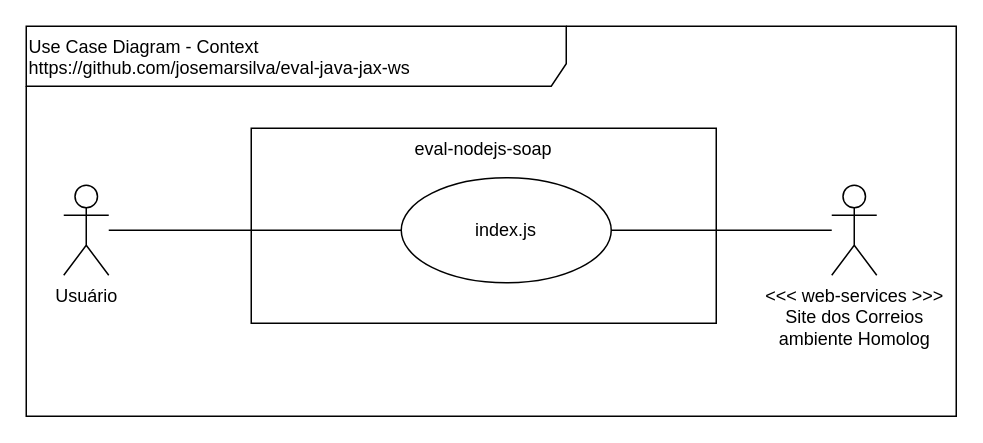
Above: doc/UseCaseDiagram-Context.drawio in josemarsilva/eval-java-jax-ws (draw.io), before the change. Source tidied: cells renumbered, new cells numbered last; positions are measured from the earlier drawing's top-left corner, leaving out a move shared by most shapes. Both pictures are drawn from the tidied source at 150%, with x=0, y=0 at pixel (26, 26).
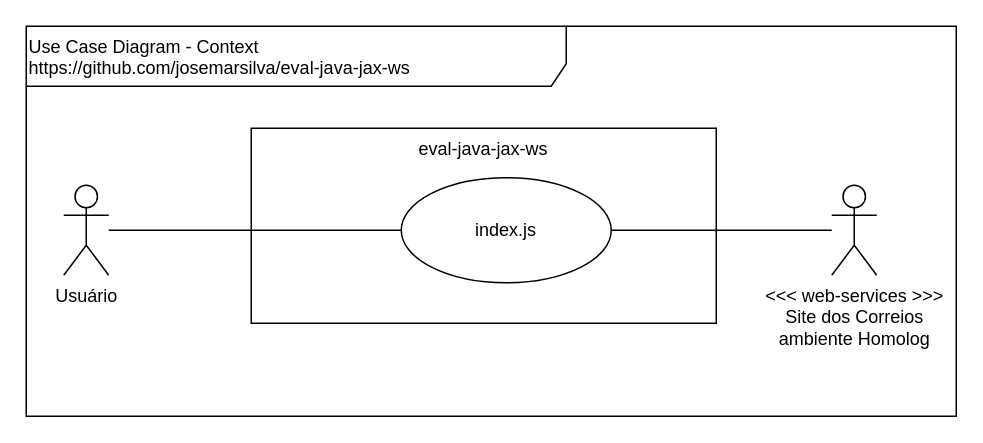
After the change.

What changed in the source:
```diff
@@
 <mxGraphModel>
   <root>
     <mxCell id="0" />
     <mxCell id="1" parent="0" />
     <mxCell id="2" value="Use Case Diagram - Context&lt;br&gt;https://github.com/josemarsilva/eval-java-jax-ws&lt;br&gt;" style="shape=umlFrame;whiteSpace=wrap;html=1;width=360;height=40;verticalAlign=top;align=left;" parent="1" vertex="1">
       <mxGeometry width="620" height="260" as="geometry" />
     </mxCell>
     <mxCell id="3" value="&lt;div style=&quot;text-align: center&quot;&gt;&lt;span&gt;Usuário&lt;/span&gt;&lt;/div&gt;" style="shape=umlActor;verticalLabelPosition=bottom;labelBackgroundColor=#ffffff;verticalAlign=top;html=1;align=center;" parent="1" vertex="1">
       <mxGeometry x="25" y="106" width="30" height="60" as="geometry" />
     </mxCell>
-    <mxCell id="4" value="eval-nodejs-soap" style="rounded=0;whiteSpace=wrap;html=1;align=center;verticalAlign=top;" parent="1" vertex="1">
+    <mxCell id="4" value="&lt;span style=&quot;text-align: left&quot;&gt;eval-java-jax-ws&lt;/span&gt;" style="rounded=0;whiteSpace=wrap;html=1;align=center;verticalAlign=top;" parent="1" vertex="1">
       <mxGeometry x="150" y="68" width="310" height="130" as="geometry" />
     </mxCell>
     <mxCell id="5" style="edgeStyle=orthogonalEdgeStyle;rounded=0;jettySize=auto;html=1;endArrow=none;endFill=0;entryX=0;entryY=0.5;entryDx=0;entryDy=0;" parent="1" edge="1" source="3" target="6">
       <mxGeometry relative="1" as="geometry" />
     </mxCell>
     <mxCell id="6" value="index.js" style="ellipse;whiteSpace=wrap;html=1;align=center;" parent="1" vertex="1">
       <mxGeometry x="250" y="101" width="140" height="70" as="geometry" />
     </mxCell>
     <mxCell id="7" style="edgeStyle=orthogonalEdgeStyle;rounded=0;jettySize=auto;html=1;endArrow=none;endFill=0;" parent="1" edge="1" source="8" target="6">
       <mxGeometry relative="1" as="geometry" />
     </mxCell>
     <mxCell id="8" value="&amp;lt;&amp;lt;&amp;lt; web-services &amp;gt;&amp;gt;&amp;gt;&lt;br&gt;Site dos Correios&lt;br&gt;ambiente Homolog" style="shape=umlActor;verticalLabelPosition=bottom;labelBackgroundColor=#ffffff;verticalAlign=top;html=1;align=center;" parent="1" vertex="1">
       <mxGeometry x="537" y="106" width="30" height="60" as="geometry" />
     </mxCell>
   </root>
 </mxGraphModel>
```
